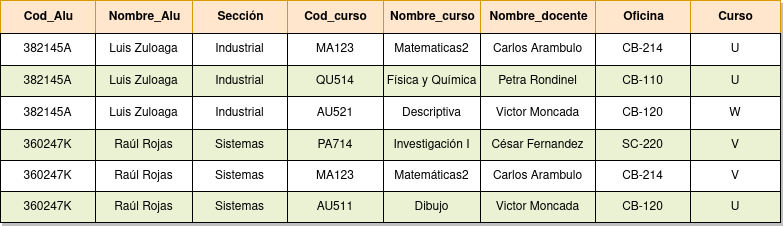
The draw.io diagram Unidad-2/Normalización/Tarea-2/images/TareaNormalización2.png in IsaiasTolP/Base-Datos, before a commit. Source tidied: cells renumbered, new cells last; positions are measured from the earlier drawing's top-left corner, leaving out a move shared by most shapes.
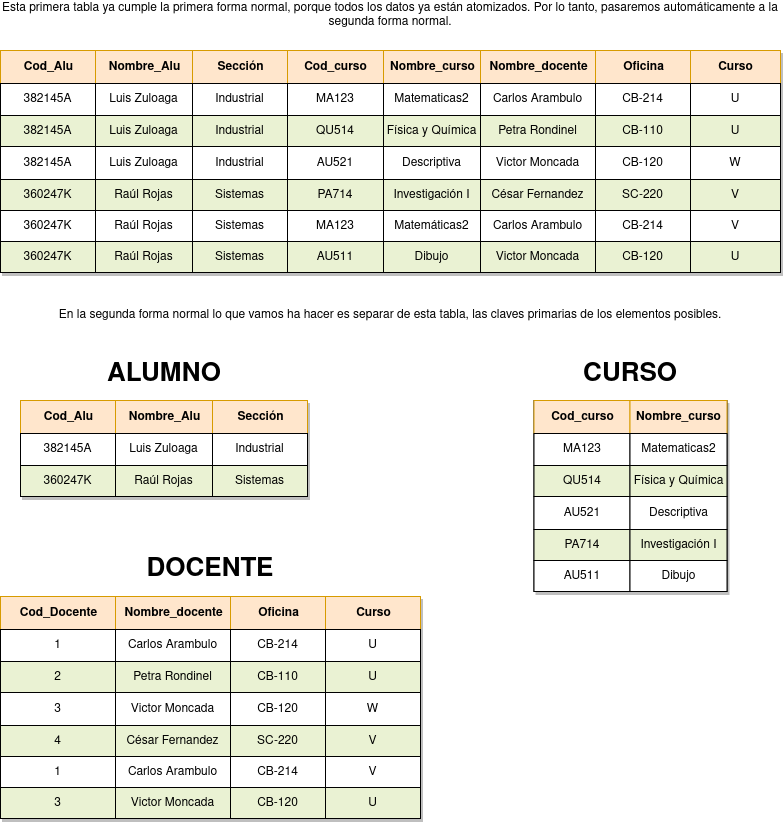
Above is the later version.

Diff of the diagram source:
```diff
@@ -194,5 +194,224 @@
     <mxCell id="65" value="U" style="strokeColor=inherit;fillColor=inherit;whiteSpace=wrap;html=1;" parent="57" vertex="1">
       <mxGeometry x="690" width="90" height="31" as="geometry" />
     </mxCell>
+    <mxCell id="66" value="Esta primera tabla ya cumple la primera forma normal, porque todos los datos ya están atomizados. Por lo tanto, pasaremos automáticamente a la segunda forma normal." style="text;html=1;strokeColor=none;fillColor=none;align=center;verticalAlign=middle;whiteSpace=wrap;rounded=0;" parent="1" vertex="1">
+      <mxGeometry y="-50" width="780" height="30" as="geometry" />
+    </mxCell>
+    <mxCell id="67" value="En la segunda forma normal lo que vamos ha hacer es separar de esta tabla, las claves primarias de los elementos posibles." style="text;html=1;strokeColor=none;fillColor=none;align=center;verticalAlign=middle;whiteSpace=wrap;rounded=0;" parent="1" vertex="1">
+      <mxGeometry y="250" width="780" height="30" as="geometry" />
+    </mxCell>
+    <mxCell id="68" value="Assets" style="shadow=1;" parent="1" vertex="1">
+      <mxGeometry x="20" y="350" width="287" height="96" as="geometry" />
+    </mxCell>
+    <mxCell id="69" style="shape=tableRow;horizontal=0;startSize=0;swimlaneHead=0;swimlaneBody=0;top=0;left=0;bottom=0;right=0;fontStyle=0;strokeColor=inherit;fillColor=#ffffff;" parent="68" vertex="1">
+      <mxGeometry width="287" height="33" as="geometry" />
+    </mxCell>
+    <mxCell id="70" value="Cod_Alu" style="strokeColor=#d79b00;fillColor=#ffe6cc;align=center;fontStyle=1;html=1;" parent="69" vertex="1">
+      <mxGeometry width="95" height="33" as="geometry" />
+    </mxCell>
+    <mxCell id="71" value="Nombre_Alu" style="strokeColor=#d79b00;fillColor=#ffe6cc;align=center;fontStyle=1;html=1;" parent="69" vertex="1">
+      <mxGeometry x="95" width="97" height="33" as="geometry" />
+    </mxCell>
+    <mxCell id="72" value="Sección" style="strokeColor=#d79b00;fillColor=#ffe6cc;align=center;fontStyle=1;html=1;" parent="69" vertex="1">
+      <mxGeometry x="192" width="95" height="33" as="geometry" />
+    </mxCell>
+    <mxCell id="73" style="shape=tableRow;horizontal=0;startSize=0;swimlaneHead=0;swimlaneBody=0;top=0;left=0;bottom=0;right=0;fontStyle=0;strokeColor=inherit;fillColor=#ffffff;" parent="68" vertex="1">
+      <mxGeometry y="33" width="287" height="32" as="geometry" />
+    </mxCell>
+    <mxCell id="74" value="382145A" style="strokeColor=inherit;fillColor=inherit;align=center;whiteSpace=wrap;html=1;" parent="73" vertex="1">
+      <mxGeometry width="95" height="32" as="geometry" />
+    </mxCell>
+    <mxCell id="75" value="Luis Zuloaga" style="strokeColor=inherit;fillColor=inherit;align=center;whiteSpace=wrap;html=1;" parent="73" vertex="1">
+      <mxGeometry x="95" width="97" height="32" as="geometry" />
+    </mxCell>
+    <mxCell id="76" value="Industrial" style="strokeColor=inherit;fillColor=inherit;align=center;whiteSpace=wrap;html=1;" parent="73" vertex="1">
+      <mxGeometry x="192" width="95" height="32" as="geometry" />
+    </mxCell>
+    <mxCell id="77" style="shape=tableRow;horizontal=0;startSize=0;swimlaneHead=0;swimlaneBody=0;top=0;left=0;bottom=0;right=0;fontStyle=1;strokeColor=inherit;fillColor=#EAF2D3;" parent="68" vertex="1">
+      <mxGeometry y="65" width="287" height="31" as="geometry" />
+    </mxCell>
+    <mxCell id="78" value="360247K" style="strokeColor=inherit;fillColor=inherit;whiteSpace=wrap;html=1;" parent="77" vertex="1">
+      <mxGeometry width="95" height="31" as="geometry" />
+    </mxCell>
+    <mxCell id="79" value="Raúl Rojas" style="strokeColor=inherit;fillColor=inherit;whiteSpace=wrap;html=1;" parent="77" vertex="1">
+      <mxGeometry x="95" width="97" height="31" as="geometry" />
+    </mxCell>
+    <mxCell id="80" value="Sistemas" style="strokeColor=inherit;fillColor=inherit;whiteSpace=wrap;html=1;" parent="77" vertex="1">
+      <mxGeometry x="192" width="95" height="31" as="geometry" />
+    </mxCell>
+    <mxCell id="81" value="&lt;font style=&quot;font-size: 26px;&quot;&gt;&lt;b&gt;ALUMNO&lt;/b&gt;&lt;/font&gt;" style="text;html=1;strokeColor=none;fillColor=none;align=center;verticalAlign=middle;whiteSpace=wrap;rounded=0;" parent="1" vertex="1">
+      <mxGeometry x="23.5" y="310" width="280" height="30" as="geometry" />
+    </mxCell>
+    <mxCell id="82" value="Assets" style="shadow=1;" parent="1" vertex="1">
+      <mxGeometry x="533.5" y="350" width="193" height="191" as="geometry" />
+    </mxCell>
+    <mxCell id="83" style="shape=tableRow;horizontal=0;startSize=0;swimlaneHead=0;swimlaneBody=0;top=0;left=0;bottom=0;right=0;fontStyle=0;strokeColor=inherit;fillColor=#ffffff;" parent="82" vertex="1">
+      <mxGeometry width="193" height="33" as="geometry" />
+    </mxCell>
+    <mxCell id="84" value="Cod_curso" style="strokeColor=#d79b00;fillColor=#ffe6cc;align=center;fontStyle=1;html=1;" parent="83" vertex="1">
+      <mxGeometry width="96" height="33" as="geometry" />
+    </mxCell>
+    <mxCell id="85" value="Nombre_curso" style="strokeColor=#d79b00;fillColor=#ffe6cc;align=center;fontStyle=1;html=1;" parent="83" vertex="1">
+      <mxGeometry x="96" width="97" height="33" as="geometry" />
+    </mxCell>
+    <mxCell id="86" style="shape=tableRow;horizontal=0;startSize=0;swimlaneHead=0;swimlaneBody=0;top=0;left=0;bottom=0;right=0;fontStyle=0;strokeColor=inherit;fillColor=#ffffff;" parent="82" vertex="1">
+      <mxGeometry y="33" width="193" height="32" as="geometry" />
+    </mxCell>
+    <mxCell id="87" value="MA123" style="strokeColor=inherit;fillColor=inherit;align=center;whiteSpace=wrap;html=1;" parent="86" vertex="1">
+      <mxGeometry width="96" height="32" as="geometry" />
+    </mxCell>
+    <mxCell id="88" value="Matematicas2" style="strokeColor=inherit;fillColor=inherit;align=center;whiteSpace=wrap;html=1;" parent="86" vertex="1">
+      <mxGeometry x="96" width="97" height="32" as="geometry" />
+    </mxCell>
+    <mxCell id="89" style="shape=tableRow;horizontal=0;startSize=0;swimlaneHead=0;swimlaneBody=0;top=0;left=0;bottom=0;right=0;fontStyle=1;strokeColor=inherit;fillColor=#EAF2D3;" parent="82" vertex="1">
+      <mxGeometry y="65" width="193" height="31" as="geometry" />
+    </mxCell>
+    <mxCell id="90" value="QU514" style="strokeColor=inherit;fillColor=inherit;whiteSpace=wrap;html=1;" parent="89" vertex="1">
+      <mxGeometry width="96" height="31" as="geometry" />
+    </mxCell>
+    <mxCell id="91" value="Física y Química" style="strokeColor=inherit;fillColor=inherit;whiteSpace=wrap;html=1;" parent="89" vertex="1">
+      <mxGeometry x="96" width="97" height="31" as="geometry" />
+    </mxCell>
+    <mxCell id="92" style="shape=tableRow;horizontal=0;startSize=0;swimlaneHead=0;swimlaneBody=0;top=0;left=0;bottom=0;right=0;fontStyle=0;strokeColor=inherit;fillColor=#ffffff;" parent="82" vertex="1">
+      <mxGeometry y="96" width="193" height="33" as="geometry" />
+    </mxCell>
+    <mxCell id="93" value="AU521" style="strokeColor=inherit;fillColor=inherit;fontStyle=0;align=center;whiteSpace=wrap;html=1;" parent="92" vertex="1">
+      <mxGeometry width="96" height="33" as="geometry" />
+    </mxCell>
+    <mxCell id="94" value="Descriptiva" style="strokeColor=inherit;fillColor=inherit;fontStyle=0;align=center;whiteSpace=wrap;html=1;" parent="92" vertex="1">
+      <mxGeometry x="96" width="97" height="33" as="geometry" />
+    </mxCell>
+    <mxCell id="95" style="shape=tableRow;horizontal=0;startSize=0;swimlaneHead=0;swimlaneBody=0;top=0;left=0;bottom=0;right=0;fontStyle=1;strokeColor=inherit;fillColor=#EAF2D3;" parent="82" vertex="1">
+      <mxGeometry y="129" width="193" height="31" as="geometry" />
+    </mxCell>
+    <mxCell id="96" value="PA714" style="strokeColor=inherit;fillColor=inherit;whiteSpace=wrap;html=1;" parent="95" vertex="1">
+      <mxGeometry width="96" height="31" as="geometry" />
+    </mxCell>
+    <mxCell id="97" value="Investigación I" style="strokeColor=inherit;fillColor=inherit;whiteSpace=wrap;html=1;" parent="95" vertex="1">
+      <mxGeometry x="96" width="97" height="31" as="geometry" />
+    </mxCell>
+    <mxCell id="98" style="shape=tableRow;horizontal=0;startSize=0;swimlaneHead=0;swimlaneBody=0;top=0;left=0;bottom=0;right=0;fontStyle=1;strokeColor=inherit;fillColor=#EAF2D3;" parent="82" vertex="1">
+      <mxGeometry y="160" width="193" height="31" as="geometry" />
+    </mxCell>
+    <mxCell id="99" value="AU511" style="whiteSpace=wrap;html=1;" parent="98" vertex="1">
+      <mxGeometry width="96" height="31" as="geometry" />
+    </mxCell>
+    <mxCell id="100" value="Dibujo" style="whiteSpace=wrap;html=1;" parent="98" vertex="1">
+      <mxGeometry x="96" width="97" height="31" as="geometry" />
+    </mxCell>
+    <mxCell id="101" value="&lt;font size=&quot;1&quot;&gt;&lt;b style=&quot;font-size: 26px;&quot;&gt;CURSO&lt;/b&gt;&lt;/font&gt;" style="text;html=1;strokeColor=none;fillColor=none;align=center;verticalAlign=middle;whiteSpace=wrap;rounded=0;" parent="1" vertex="1">
+      <mxGeometry x="490" y="310" width="280" height="30" as="geometry" />
+    </mxCell>
+    <mxCell id="102" value="&lt;font size=&quot;1&quot;&gt;&lt;b style=&quot;font-size: 26px;&quot;&gt;DOCENTE&lt;/b&gt;&lt;/font&gt;" style="text;html=1;strokeColor=none;fillColor=none;align=center;verticalAlign=middle;whiteSpace=wrap;rounded=0;" parent="1" vertex="1">
+      <mxGeometry x="70" y="505" width="280" height="30" as="geometry" />
+    </mxCell>
+    <mxCell id="103" value="Assets" style="shadow=1;" parent="1" vertex="1">
+      <mxGeometry y="546" width="420" height="222" as="geometry" />
+    </mxCell>
+    <mxCell id="104" style="shape=tableRow;horizontal=0;startSize=0;swimlaneHead=0;swimlaneBody=0;top=0;left=0;bottom=0;right=0;fontStyle=0;strokeColor=inherit;fillColor=#ffffff;" parent="103" vertex="1">
+      <mxGeometry width="420" height="33" as="geometry" />
+    </mxCell>
+    <mxCell id="105" value="Cod_Docente" style="strokeColor=#d79b00;fillColor=#ffe6cc;align=center;fontStyle=1;html=1;" parent="104" vertex="1">
+      <mxGeometry width="115" height="33" as="geometry" />
+    </mxCell>
+    <mxCell id="106" value="Nombre_docente" style="strokeColor=#d79b00;fillColor=#ffe6cc;align=center;fontStyle=1;html=1;" parent="104" vertex="1">
+      <mxGeometry x="115" width="115" height="33" as="geometry" />
+    </mxCell>
+    <mxCell id="107" value="Oficina" style="strokeColor=#d79b00;fillColor=#ffe6cc;align=center;fontStyle=1;html=1;" parent="104" vertex="1">
+      <mxGeometry x="230" width="95" height="33" as="geometry" />
+    </mxCell>
+    <mxCell id="108" value="Curso" style="strokeColor=#d79b00;fillColor=#ffe6cc;align=center;fontStyle=1;html=1;" parent="104" vertex="1">
+      <mxGeometry x="325" width="95" height="33" as="geometry" />
+    </mxCell>
+    <mxCell id="109" style="shape=tableRow;horizontal=0;startSize=0;swimlaneHead=0;swimlaneBody=0;top=0;left=0;bottom=0;right=0;fontStyle=0;strokeColor=inherit;fillColor=#ffffff;" parent="103" vertex="1">
+      <mxGeometry y="33" width="420" height="32" as="geometry" />
+    </mxCell>
+    <mxCell id="110" value="1" style="strokeColor=inherit;fillColor=inherit;align=center;whiteSpace=wrap;html=1;" parent="109" vertex="1">
+      <mxGeometry width="115" height="32" as="geometry" />
+    </mxCell>
+    <mxCell id="111" value="Carlos Arambulo" style="strokeColor=inherit;fillColor=inherit;align=center;whiteSpace=wrap;html=1;" parent="109" vertex="1">
+      <mxGeometry x="115" width="115" height="32" as="geometry" />
+    </mxCell>
+    <mxCell id="112" value="CB-214" style="strokeColor=inherit;fillColor=inherit;align=center;whiteSpace=wrap;html=1;" parent="109" vertex="1">
+      <mxGeometry x="230" width="95" height="32" as="geometry" />
+    </mxCell>
+    <mxCell id="113" value="U" style="strokeColor=inherit;fillColor=inherit;align=center;whiteSpace=wrap;html=1;" parent="109" vertex="1">
+      <mxGeometry x="325" width="95" height="32" as="geometry" />
+    </mxCell>
+    <mxCell id="114" style="shape=tableRow;horizontal=0;startSize=0;swimlaneHead=0;swimlaneBody=0;top=0;left=0;bottom=0;right=0;fontStyle=1;strokeColor=inherit;fillColor=#EAF2D3;" parent="103" vertex="1">
+      <mxGeometry y="65" width="420" height="31" as="geometry" />
+    </mxCell>
+    <mxCell id="115" value="2" style="strokeColor=inherit;fillColor=inherit;whiteSpace=wrap;html=1;" parent="114" vertex="1">
+      <mxGeometry width="115" height="31" as="geometry" />
+    </mxCell>
+    <mxCell id="116" value="Petra Rondinel" style="strokeColor=inherit;fillColor=inherit;whiteSpace=wrap;html=1;" parent="114" vertex="1">
+      <mxGeometry x="115" width="115" height="31" as="geometry" />
+    </mxCell>
+    <mxCell id="117" value="CB-110" style="strokeColor=inherit;fillColor=inherit;whiteSpace=wrap;html=1;" parent="114" vertex="1">
+      <mxGeometry x="230" width="95" height="31" as="geometry" />
+    </mxCell>
+    <mxCell id="118" value="U" style="strokeColor=inherit;fillColor=inherit;whiteSpace=wrap;html=1;" parent="114" vertex="1">
+      <mxGeometry x="325" width="95" height="31" as="geometry" />
+    </mxCell>
+    <mxCell id="119" style="shape=tableRow;horizontal=0;startSize=0;swimlaneHead=0;swimlaneBody=0;top=0;left=0;bottom=0;right=0;fontStyle=0;strokeColor=inherit;fillColor=#ffffff;" parent="103" vertex="1">
+      <mxGeometry y="96" width="420" height="33" as="geometry" />
+    </mxCell>
+    <mxCell id="120" value="3" style="strokeColor=inherit;fillColor=inherit;fontStyle=0;align=center;whiteSpace=wrap;html=1;" parent="119" vertex="1">
+      <mxGeometry width="115" height="33" as="geometry" />
+    </mxCell>
+    <mxCell id="121" value="Victor Moncada" style="strokeColor=inherit;fillColor=inherit;fontStyle=0;align=center;whiteSpace=wrap;html=1;" parent="119" vertex="1">
+      <mxGeometry x="115" width="115" height="33" as="geometry" />
+    </mxCell>
+    <mxCell id="122" value="CB-120" style="strokeColor=inherit;fillColor=inherit;fontStyle=0;align=center;whiteSpace=wrap;html=1;" parent="119" vertex="1">
+      <mxGeometry x="230" width="95" height="33" as="geometry" />
+    </mxCell>
+    <mxCell id="123" value="W" style="strokeColor=inherit;fillColor=inherit;fontStyle=0;align=center;whiteSpace=wrap;html=1;" parent="119" vertex="1">
+      <mxGeometry x="325" width="95" height="33" as="geometry" />
+    </mxCell>
+    <mxCell id="124" style="shape=tableRow;horizontal=0;startSize=0;swimlaneHead=0;swimlaneBody=0;top=0;left=0;bottom=0;right=0;fontStyle=1;strokeColor=inherit;fillColor=#EAF2D3;" parent="103" vertex="1">
+      <mxGeometry y="129" width="420" height="31" as="geometry" />
+    </mxCell>
+    <mxCell id="125" value="4" style="strokeColor=inherit;fillColor=inherit;whiteSpace=wrap;html=1;" parent="124" vertex="1">
+      <mxGeometry width="115" height="31" as="geometry" />
+    </mxCell>
+    <mxCell id="126" value="César Fernandez" style="strokeColor=inherit;fillColor=inherit;whiteSpace=wrap;html=1;" parent="124" vertex="1">
+      <mxGeometry x="115" width="115" height="31" as="geometry" />
+    </mxCell>
+    <mxCell id="127" value="SC-220" style="strokeColor=inherit;fillColor=inherit;whiteSpace=wrap;html=1;" parent="124" vertex="1">
+      <mxGeometry x="230" width="95" height="31" as="geometry" />
+    </mxCell>
+    <mxCell id="128" value="V" style="strokeColor=inherit;fillColor=inherit;whiteSpace=wrap;html=1;" parent="124" vertex="1">
+      <mxGeometry x="325" width="95" height="31" as="geometry" />
+    </mxCell>
+    <mxCell id="129" style="shape=tableRow;horizontal=0;startSize=0;swimlaneHead=0;swimlaneBody=0;top=0;left=0;bottom=0;right=0;fontStyle=1;strokeColor=inherit;fillColor=#EAF2D3;" parent="103" vertex="1">
+      <mxGeometry y="160" width="420" height="31" as="geometry" />
+    </mxCell>
+    <mxCell id="130" value="1" style="whiteSpace=wrap;html=1;" parent="129" vertex="1">
+      <mxGeometry width="115" height="31" as="geometry" />
+    </mxCell>
+    <mxCell id="131" value="Carlos Arambulo" style="whiteSpace=wrap;html=1;" parent="129" vertex="1">
+      <mxGeometry x="115" width="115" height="31" as="geometry" />
+    </mxCell>
+    <mxCell id="132" value="CB-214" style="whiteSpace=wrap;html=1;" parent="129" vertex="1">
+      <mxGeometry x="230" width="95" height="31" as="geometry" />
+    </mxCell>
+    <mxCell id="133" value="V" style="whiteSpace=wrap;html=1;" parent="129" vertex="1">
+      <mxGeometry x="325" width="95" height="31" as="geometry" />
+    </mxCell>
+    <mxCell id="134" style="shape=tableRow;horizontal=0;startSize=0;swimlaneHead=0;swimlaneBody=0;top=0;left=0;bottom=0;right=0;fontStyle=1;strokeColor=inherit;fillColor=#EAF2D3;" parent="103" vertex="1">
+      <mxGeometry y="191" width="420" height="31" as="geometry" />
+    </mxCell>
+    <mxCell id="135" value="3" style="strokeColor=inherit;fillColor=inherit;whiteSpace=wrap;html=1;" parent="134" vertex="1">
+      <mxGeometry width="115" height="31" as="geometry" />
+    </mxCell>
+    <mxCell id="136" value="Victor Moncada" style="strokeColor=inherit;fillColor=inherit;whiteSpace=wrap;html=1;" parent="134" vertex="1">
+      <mxGeometry x="115" width="115" height="31" as="geometry" />
+    </mxCell>
+    <mxCell id="137" value="CB-120" style="strokeColor=inherit;fillColor=inherit;whiteSpace=wrap;html=1;" parent="134" vertex="1">
+      <mxGeometry x="230" width="95" height="31" as="geometry" />
+    </mxCell>
+    <mxCell id="138" value="U" style="strokeColor=inherit;fillColor=inherit;whiteSpace=wrap;html=1;" parent="134" vertex="1">
+      <mxGeometry x="325" width="95" height="31" as="geometry" />
+    </mxCell>
   </root>
 </mxGraphModel>
```
